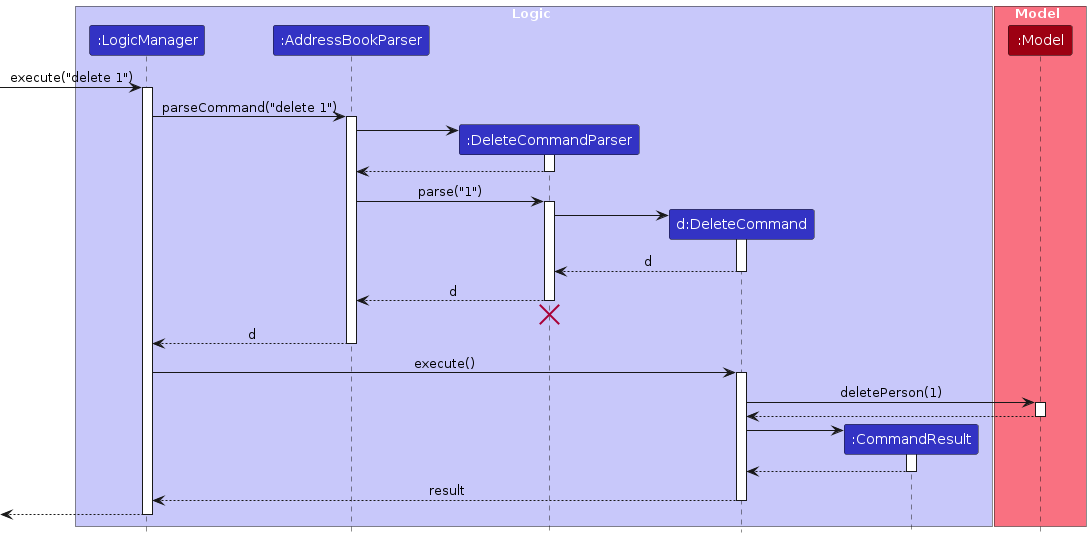
This is diagrams/DeleteSequenceDiagram.png from AprupKale/tp, a PlantUML export, as it was before one commit. Its source is kept beside it as diagrams/DeleteSequenceDiagram.puml.
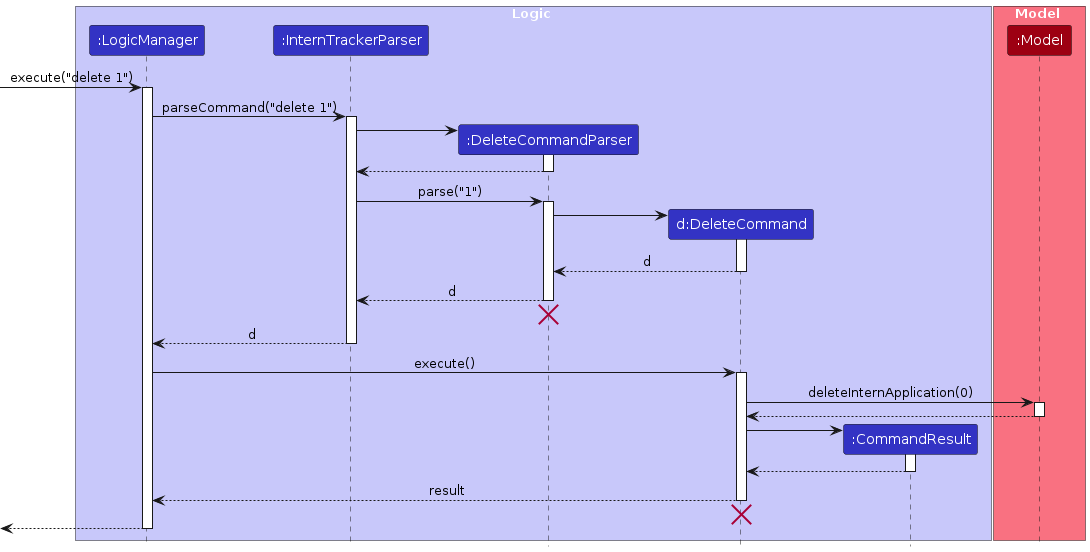
After the commit.

Change to the diagram source:
```diff
@@ -4,7 +4,7 @@
 
 box Logic LOGIC_COLOR_T1
 participant ":LogicManager" as LogicManager LOGIC_COLOR
-participant ":AddressBookParser" as AddressBookParser LOGIC_COLOR
+participant ":InternTrackerParser" as InternTrackerParser LOGIC_COLOR
 participant ":DeleteCommandParser" as DeleteCommandParser LOGIC_COLOR
 participant "d:DeleteCommand" as DeleteCommand LOGIC_COLOR
 participant ":CommandResult" as CommandResult LOGIC_COLOR
@@ -17,17 +17,17 @@
 [-> LogicManager : execute("delete 1")
 activate LogicManager
 
-LogicManager -> AddressBookParser : parseCommand("delete 1")
-activate AddressBookParser
+LogicManager -> InternTrackerParser : parseCommand("delete 1")
+activate InternTrackerParser
 
 create DeleteCommandParser
-AddressBookParser -> DeleteCommandParser
+InternTrackerParser -> DeleteCommandParser
 activate DeleteCommandParser
 
-DeleteCommandParser --> AddressBookParser
+DeleteCommandParser --> InternTrackerParser
 deactivate DeleteCommandParser
 
-AddressBookParser -> DeleteCommandParser : parse("1")
+InternTrackerParser -> DeleteCommandParser : parse("1")
 activate DeleteCommandParser
 
 create DeleteCommand
@@ -37,18 +37,18 @@
 DeleteCommand --> DeleteCommandParser : d
 deactivate DeleteCommand
 
-DeleteCommandParser --> AddressBookParser : d
+DeleteCommandParser --> InternTrackerParser : d
 deactivate DeleteCommandParser
-DeleteCommandParser -[hidden]-> AddressBookParser
+DeleteCommandParser -[hidden]-> InternTrackerParser
 destroy DeleteCommandParser
 
-AddressBookParser --> LogicManager : d
-deactivate AddressBookParser
+InternTrackerParser --> LogicManager : d
+deactivate InternTrackerParser
 
 LogicManager -> DeleteCommand : execute()
 activate DeleteCommand
 
-DeleteCommand -> Model : deletePerson(1)
+DeleteCommand -> Model : deleteInternApplication(0)
 activate Model
 
 Model --> DeleteCommand
@@ -63,6 +63,8 @@
 
 DeleteCommand --> LogicManager : result
 deactivate DeleteCommand
+DeleteCommand -[hidden]-> LogicManager
+destroy DeleteCommand
 
 [<--LogicManager
 deactivate LogicManager
```
